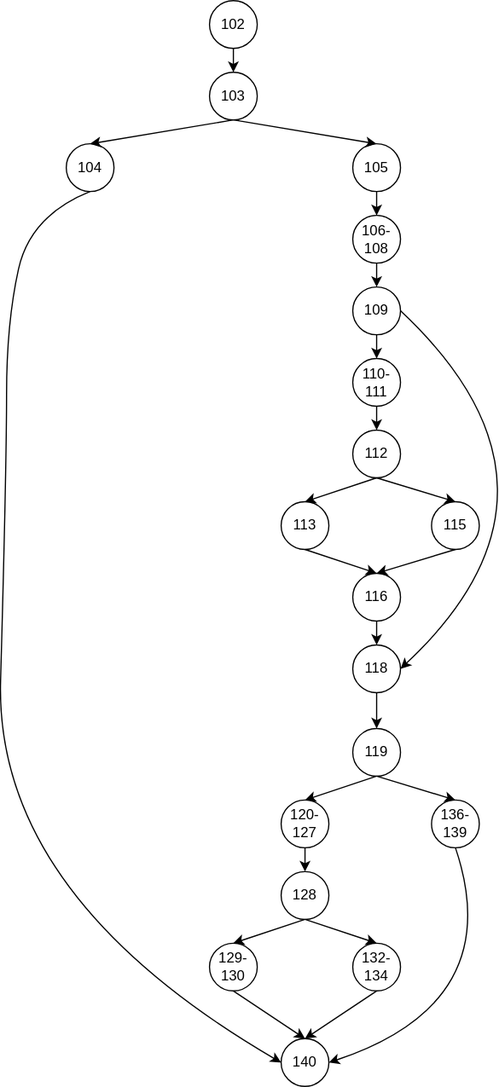
This is doc/img/identification.svg from MUST-Quick-Fry/Face-Recognition-Sign-In-System, a draw.io export, as it was before one commit. Source tidied: cells renumbered, new cells last; positions are measured from the earlier drawing's top-left corner, leaving out a move shared by most shapes.
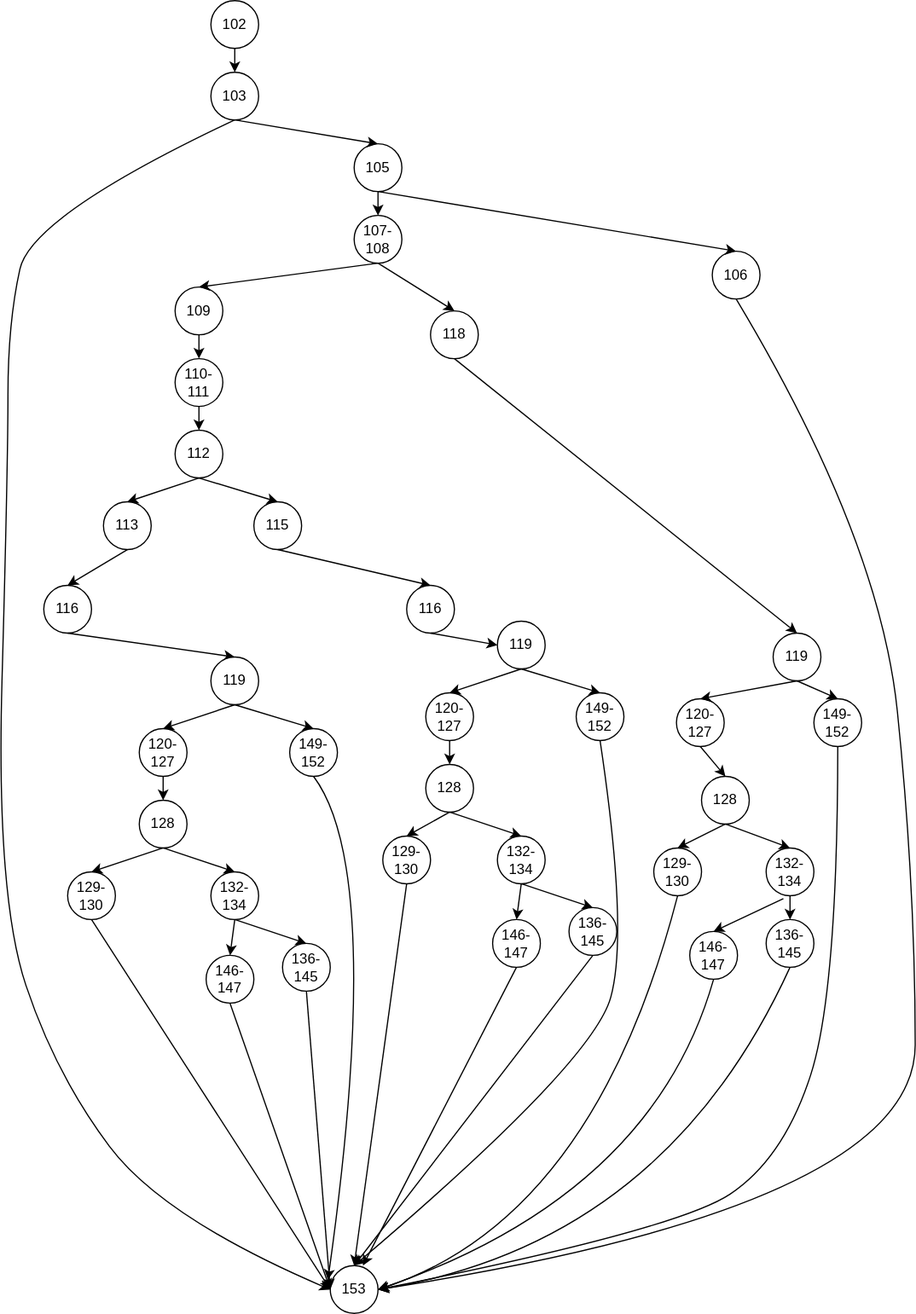
The same file after the commit.

The edit, as a diff of the source:
```diff
@@ -5,37 +5,34 @@
     <mxCell id="2" value="105" style="ellipse;whiteSpace=wrap;html=1;" parent="1" vertex="1">
       <mxGeometry x="300" y="120" width="40" height="40" as="geometry" />
     </mxCell>
-    <mxCell id="3" value="104" style="ellipse;whiteSpace=wrap;html=1;" parent="1" vertex="1">
-      <mxGeometry x="60" y="120" width="40" height="40" as="geometry" />
-    </mxCell>
     <mxCell id="4" value="110-111" style="ellipse;whiteSpace=wrap;html=1;" parent="1" vertex="1">
-      <mxGeometry x="300" y="300" width="40" height="40" as="geometry" />
+      <mxGeometry x="150" y="300" width="40" height="40" as="geometry" />
     </mxCell>
     <mxCell id="5" value="113" style="ellipse;whiteSpace=wrap;html=1;" parent="1" vertex="1">
-      <mxGeometry x="240" y="420" width="40" height="40" as="geometry" />
+      <mxGeometry x="90" y="420" width="40" height="40" as="geometry" />
     </mxCell>
     <mxCell id="6" value="115" style="ellipse;whiteSpace=wrap;html=1;" parent="1" vertex="1">
-      <mxGeometry x="366" y="420" width="40" height="40" as="geometry" />
+      <mxGeometry x="216" y="420" width="40" height="40" as="geometry" />
     </mxCell>
-    <mxCell id="7" value="140" style="ellipse;whiteSpace=wrap;html=1;" parent="1" vertex="1">
-      <mxGeometry x="240" y="870" width="40" height="40" as="geometry" />
+    <mxCell id="7" value="153" style="ellipse;whiteSpace=wrap;html=1;" parent="1" vertex="1">
+      <mxGeometry x="280" y="1060" width="40" height="40" as="geometry" />
     </mxCell>
     <mxCell id="8" value="112" style="ellipse;whiteSpace=wrap;html=1;" parent="1" vertex="1">
-      <mxGeometry x="300" y="360" width="40" height="40" as="geometry" />
+      <mxGeometry x="150" y="360" width="40" height="40" as="geometry" />
     </mxCell>
     <mxCell id="9" value="120-127" style="ellipse;whiteSpace=wrap;html=1;" parent="1" vertex="1">
-      <mxGeometry x="240" y="670" width="40" height="40" as="geometry" />
+      <mxGeometry x="120" y="610" width="40" height="40" as="geometry" />
     </mxCell>
     <mxCell id="10" value="128" style="ellipse;whiteSpace=wrap;html=1;" parent="1" vertex="1">
-      <mxGeometry x="240" y="730" width="40" height="40" as="geometry" />
+      <mxGeometry x="120" y="670" width="40" height="40" as="geometry" />
     </mxCell>
     <mxCell id="11" value="109" style="ellipse;whiteSpace=wrap;html=1;" parent="1" vertex="1">
-      <mxGeometry x="300" y="240" width="40" height="40" as="geometry" />
+      <mxGeometry x="150" y="240" width="40" height="40" as="geometry" />
     </mxCell>
     <mxCell id="12" value="118" style="ellipse;whiteSpace=wrap;html=1;" parent="1" vertex="1">
-      <mxGeometry x="300" y="540" width="40" height="40" as="geometry" />
+      <mxGeometry x="364" y="260" width="40" height="40" as="geometry" />
     </mxCell>
-    <mxCell id="13" value="106-108" style="ellipse;whiteSpace=wrap;html=1;" parent="1" vertex="1">
+    <mxCell id="13" value="107-108" style="ellipse;whiteSpace=wrap;html=1;" parent="1" vertex="1">
       <mxGeometry x="300" y="180" width="40" height="40" as="geometry" />
     </mxCell>
     <mxCell id="14" value="102" style="ellipse;whiteSpace=wrap;html=1;" parent="1" vertex="1">
@@ -50,9 +47,6 @@
     <mxCell id="17" style="endArrow=classic;html=1;exitX=0.5;exitY=1;exitDx=0;exitDy=0;entryX=0.5;entryY=0;entryDx=0;entryDy=0;" parent="1" edge="1" source="15" target="2">
       <mxGeometry relative="1" as="geometry" />
     </mxCell>
-    <mxCell id="18" style="endArrow=classic;html=1;exitX=0.5;exitY=1;exitDx=0;exitDy=0;entryX=0.5;entryY=0;entryDx=0;entryDy=0;" parent="1" edge="1" source="15" target="3">
-      <mxGeometry relative="1" as="geometry" />
-    </mxCell>
     <mxCell id="19" style="endArrow=classic;html=1;exitX=0.5;exitY=1;exitDx=0;exitDy=0;entryX=0.5;entryY=0;entryDx=0;entryDy=0;" parent="1" edge="1" source="2" target="13">
       <mxGeometry relative="1" as="geometry" />
     </mxCell>
@@ -72,37 +66,30 @@
       <mxGeometry relative="1" as="geometry" />
     </mxCell>
     <mxCell id="25" value="116" style="ellipse;whiteSpace=wrap;html=1;" parent="1" vertex="1">
-      <mxGeometry x="300" y="480" width="40" height="40" as="geometry" />
+      <mxGeometry x="40" y="490" width="40" height="40" as="geometry" />
     </mxCell>
     <mxCell id="26" style="endArrow=classic;html=1;exitX=0.5;exitY=1;exitDx=0;exitDy=0;entryX=0.5;entryY=0;entryDx=0;entryDy=0;" parent="1" edge="1" source="5" target="25">
       <mxGeometry relative="1" as="geometry" />
     </mxCell>
-    <mxCell id="27" style="endArrow=classic;html=1;exitX=0.5;exitY=1;exitDx=0;exitDy=0;entryX=0.5;entryY=0;entryDx=0;entryDy=0;" parent="1" edge="1" source="6" target="25">
+    <mxCell id="27" style="endArrow=classic;html=1;exitX=0.5;exitY=1;exitDx=0;exitDy=0;entryX=0.5;entryY=0;entryDx=0;entryDy=0;" parent="1" edge="1" source="6" target="86">
       <mxGeometry relative="1" as="geometry" />
     </mxCell>
-    <mxCell id="28" style="endArrow=classic;html=1;exitX=0.5;exitY=1;exitDx=0;exitDy=0;entryX=0.5;entryY=0;entryDx=0;entryDy=0;" parent="1" edge="1" source="25" target="12">
+    <mxCell id="28" style="endArrow=classic;html=1;exitX=0.5;exitY=1;exitDx=0;exitDy=0;entryX=0.5;entryY=0;entryDx=0;entryDy=0;" parent="1" edge="1" source="25" target="32">
       <mxGeometry relative="1" as="geometry" />
     </mxCell>
-    <mxCell id="29" style="curved=1;endArrow=classic;html=1;exitX=1;exitY=0.5;exitDx=0;exitDy=0;entryX=1;entryY=0.5;entryDx=0;entryDy=0;" parent="1" edge="1" source="11" target="12">
-      <mxGeometry relative="1" as="geometry">
-        <Array as="points">
-          <mxPoint x="500" y="410" />
-        </Array>
-      </mxGeometry>
-    </mxCell>
     <mxCell id="30" value="129-130" style="ellipse;whiteSpace=wrap;html=1;" parent="1" vertex="1">
-      <mxGeometry x="180" y="790" width="40" height="40" as="geometry" />
+      <mxGeometry x="60" y="730" width="40" height="40" as="geometry" />
     </mxCell>
     <mxCell id="31" value="132-134" style="ellipse;whiteSpace=wrap;html=1;" parent="1" vertex="1">
-      <mxGeometry x="300" y="790" width="40" height="40" as="geometry" />
+      <mxGeometry x="180" y="730" width="40" height="40" as="geometry" />
     </mxCell>
     <mxCell id="32" value="119" style="ellipse;whiteSpace=wrap;html=1;" parent="1" vertex="1">
-      <mxGeometry x="300" y="610" width="40" height="40" as="geometry" />
+      <mxGeometry x="180" y="550" width="40" height="40" as="geometry" />
     </mxCell>
-    <mxCell id="33" value="136-139" style="ellipse;whiteSpace=wrap;html=1;" parent="1" vertex="1">
-      <mxGeometry x="366" y="670" width="40" height="40" as="geometry" />
+    <mxCell id="33" value="149-152" style="ellipse;whiteSpace=wrap;html=1;" parent="1" vertex="1">
+      <mxGeometry x="246" y="610" width="40" height="40" as="geometry" />
     </mxCell>
-    <mxCell id="34" style="endArrow=classic;html=1;exitX=0.5;exitY=1;exitDx=0;exitDy=0;entryX=0.5;entryY=0;entryDx=0;entryDy=0;" parent="1" edge="1" source="12" target="32">
+    <mxCell id="34" style="endArrow=classic;html=1;exitX=0.5;exitY=1;exitDx=0;exitDy=0;entryX=0.5;entryY=0;entryDx=0;entryDy=0;" parent="1" edge="1" source="12" target="51">
       <mxGeometry relative="1" as="geometry" />
     </mxCell>
     <mxCell id="35" style="endArrow=classic;html=1;exitX=0.5;exitY=1;exitDx=0;exitDy=0;entryX=0.5;entryY=0;entryDx=0;entryDy=0;" parent="1" edge="1" source="32" target="9">
@@ -120,28 +107,206 @@
     <mxCell id="39" style="endArrow=classic;html=1;exitX=0.5;exitY=1;exitDx=0;exitDy=0;entryX=0.5;entryY=0;entryDx=0;entryDy=0;" parent="1" edge="1" source="10" target="31">
       <mxGeometry relative="1" as="geometry" />
     </mxCell>
-    <mxCell id="40" style="endArrow=classic;html=1;exitX=0.5;exitY=1;exitDx=0;exitDy=0;entryX=0.5;entryY=0;entryDx=0;entryDy=0;" parent="1" edge="1" source="30" target="7">
+    <mxCell id="40" style="endArrow=classic;html=1;exitX=0.5;exitY=1;exitDx=0;exitDy=0;entryX=0;entryY=0.5;entryDx=0;entryDy=0;" parent="1" edge="1" source="30" target="7">
       <mxGeometry relative="1" as="geometry" />
     </mxCell>
-    <mxCell id="41" style="endArrow=classic;html=1;exitX=0.5;exitY=1;exitDx=0;exitDy=0;entryX=0.5;entryY=0;entryDx=0;entryDy=0;" parent="1" edge="1" source="31" target="7">
+    <mxCell id="41" style="endArrow=classic;html=1;exitX=0.5;exitY=1;exitDx=0;exitDy=0;entryX=0.5;entryY=0;entryDx=0;entryDy=0;" parent="1" edge="1" source="31" target="59">
       <mxGeometry relative="1" as="geometry" />
     </mxCell>
-    <mxCell id="42" style="curved=1;endArrow=classic;html=1;exitX=0.5;exitY=1;exitDx=0;exitDy=0;entryX=1;entryY=0.5;entryDx=0;entryDy=0;" parent="1" edge="1" source="33" target="7">
+    <mxCell id="42" style="curved=1;endArrow=classic;html=1;exitX=0.5;exitY=1;exitDx=0;exitDy=0;entryX=-0.05;entryY=0.3;entryDx=0;entryDy=0;entryPerimeter=0;" parent="1" edge="1" source="33" target="7">
       <mxGeometry relative="1" as="geometry">
         <Array as="points">
-          <mxPoint x="430" y="840" />
+          <mxPoint x="326" y="730" />
         </Array>
       </mxGeometry>
     </mxCell>
-    <mxCell id="43" style="curved=1;endArrow=classic;html=1;exitX=0.5;exitY=1;exitDx=0;exitDy=0;entryX=0;entryY=0.5;entryDx=0;entryDy=0;" parent="1" edge="1" source="3" target="7">
+    <mxCell id="43" style="curved=1;endArrow=classic;html=1;exitX=0.5;exitY=1;exitDx=0;exitDy=0;entryX=0;entryY=0.5;entryDx=0;entryDy=0;" parent="1" edge="1" source="15" target="7">
       <mxGeometry relative="1" as="geometry">
         <Array as="points">
           <mxPoint x="30" y="180" />
           <mxPoint x="10" y="270" />
           <mxPoint x="10" y="390" />
           <mxPoint y="750" />
+          <mxPoint x="50" y="900" />
+          <mxPoint x="140" y="1020" />
         </Array>
       </mxGeometry>
     </mxCell>
+    <mxCell id="44" value="106" style="ellipse;whiteSpace=wrap;html=1;" parent="1" vertex="1">
+      <mxGeometry x="600" y="210" width="40" height="40" as="geometry" />
+    </mxCell>
+    <mxCell id="45" style="endArrow=classic;html=1;exitX=0.5;exitY=1;exitDx=0;exitDy=0;entryX=0.5;entryY=0;entryDx=0;entryDy=0;" parent="1" edge="1" source="2" target="44">
+      <mxGeometry relative="1" as="geometry" />
+    </mxCell>
+    <mxCell id="46" style="endArrow=classic;html=1;entryX=0.5;entryY=0;entryDx=0;entryDy=0;exitX=0.5;exitY=1;exitDx=0;exitDy=0;" parent="1" edge="1" source="13" target="12">
+      <mxGeometry relative="1" as="geometry" />
+    </mxCell>
+    <mxCell id="47" value="120-127" style="ellipse;whiteSpace=wrap;html=1;" parent="1" vertex="1">
+      <mxGeometry x="570" y="585" width="40" height="40" as="geometry" />
+    </mxCell>
+    <mxCell id="48" value="128" style="ellipse;whiteSpace=wrap;html=1;" parent="1" vertex="1">
+      <mxGeometry x="591" y="650" width="40" height="40" as="geometry" />
+    </mxCell>
+    <mxCell id="49" value="129-130" style="ellipse;whiteSpace=wrap;html=1;" parent="1" vertex="1">
+      <mxGeometry x="551" y="710" width="40" height="40" as="geometry" />
+    </mxCell>
+    <mxCell id="50" value="132-134" style="ellipse;whiteSpace=wrap;html=1;" parent="1" vertex="1">
+      <mxGeometry x="645.1" y="710" width="40" height="40" as="geometry" />
+    </mxCell>
+    <mxCell id="51" value="119" style="ellipse;whiteSpace=wrap;html=1;" parent="1" vertex="1">
+      <mxGeometry x="651" y="530" width="40" height="40" as="geometry" />
+    </mxCell>
+    <mxCell id="52" value="149-152" style="ellipse;whiteSpace=wrap;html=1;" parent="1" vertex="1">
+      <mxGeometry x="685.1" y="585" width="40" height="40" as="geometry" />
+    </mxCell>
+    <mxCell id="53" style="endArrow=classic;html=1;exitX=0.5;exitY=1;exitDx=0;exitDy=0;entryX=0.5;entryY=0;entryDx=0;entryDy=0;" parent="1" edge="1" source="51" target="47">
+      <mxGeometry relative="1" as="geometry" />
+    </mxCell>
+    <mxCell id="54" style="endArrow=classic;html=1;exitX=0.5;exitY=1;exitDx=0;exitDy=0;entryX=0.5;entryY=0;entryDx=0;entryDy=0;" parent="1" edge="1" source="51" target="52">
+      <mxGeometry relative="1" as="geometry" />
+    </mxCell>
+    <mxCell id="55" style="endArrow=classic;html=1;exitX=0.5;exitY=1;exitDx=0;exitDy=0;entryX=0.5;entryY=0;entryDx=0;entryDy=0;" parent="1" edge="1" source="47" target="48">
+      <mxGeometry relative="1" as="geometry" />
+    </mxCell>
+    <mxCell id="56" style="endArrow=classic;html=1;exitX=0.5;exitY=1;exitDx=0;exitDy=0;entryX=0.5;entryY=0;entryDx=0;entryDy=0;" parent="1" edge="1" source="48" target="49">
+      <mxGeometry relative="1" as="geometry" />
+    </mxCell>
+    <mxCell id="57" style="endArrow=classic;html=1;exitX=0.5;exitY=1;exitDx=0;exitDy=0;entryX=0.5;entryY=0;entryDx=0;entryDy=0;" parent="1" edge="1" source="48" target="50">
+      <mxGeometry relative="1" as="geometry" />
+    </mxCell>
+    <mxCell id="58" style="curved=1;endArrow=classic;html=1;exitX=0.5;exitY=1;exitDx=0;exitDy=0;entryX=1;entryY=0.5;entryDx=0;entryDy=0;" parent="1" edge="1" source="52" target="7">
+      <mxGeometry relative="1" as="geometry">
+        <Array as="points">
+          <mxPoint x="705" y="830" />
+          <mxPoint x="660" y="970" />
+          <mxPoint x="570" y="1030" />
+        </Array>
+      </mxGeometry>
+    </mxCell>
+    <mxCell id="59" value="136-145" style="ellipse;whiteSpace=wrap;html=1;" parent="1" vertex="1">
+      <mxGeometry x="240" y="790" width="40" height="40" as="geometry" />
+    </mxCell>
+    <mxCell id="60" style="endArrow=classic;html=1;exitX=0.5;exitY=1;exitDx=0;exitDy=0;entryX=0;entryY=0.5;entryDx=0;entryDy=0;" parent="1" edge="1" source="59" target="7">
+      <mxGeometry relative="1" as="geometry" />
+    </mxCell>
+    <mxCell id="61" value="146-147" style="ellipse;whiteSpace=wrap;html=1;" parent="1" vertex="1">
+      <mxGeometry x="176" y="800" width="40" height="40" as="geometry" />
+    </mxCell>
+    <mxCell id="62" style="endArrow=classic;html=1;exitX=0.5;exitY=1;exitDx=0;exitDy=0;entryX=0.5;entryY=0;entryDx=0;entryDy=0;" parent="1" edge="1" source="31" target="61">
+      <mxGeometry relative="1" as="geometry" />
+    </mxCell>
+    <mxCell id="63" style="endArrow=classic;html=1;exitX=0.5;exitY=1;exitDx=0;exitDy=0;entryX=0;entryY=0.5;entryDx=0;entryDy=0;" parent="1" edge="1" source="61" target="7">
+      <mxGeometry relative="1" as="geometry" />
+    </mxCell>
+    <mxCell id="64" style="endArrow=classic;html=1;entryX=0.5;entryY=0;entryDx=0;entryDy=0;exitX=0.5;exitY=1;exitDx=0;exitDy=0;" parent="1" edge="1" source="50" target="65">
+      <mxGeometry relative="1" as="geometry" />
+    </mxCell>
+    <mxCell id="65" value="136-145" style="ellipse;whiteSpace=wrap;html=1;" parent="1" vertex="1">
+      <mxGeometry x="645.1" y="770" width="40" height="40" as="geometry" />
+    </mxCell>
+    <mxCell id="66" value="146-147" style="ellipse;whiteSpace=wrap;html=1;" parent="1" vertex="1">
+      <mxGeometry x="581.1" y="780" width="40" height="40" as="geometry" />
+    </mxCell>
+    <mxCell id="67" style="endArrow=classic;html=1;exitX=0.361;exitY=1.061;exitDx=0;exitDy=0;entryX=0.5;entryY=0;entryDx=0;entryDy=0;exitPerimeter=0;" parent="1" edge="1" source="50" target="66">
+      <mxGeometry relative="1" as="geometry" />
+    </mxCell>
+    <mxCell id="68" value="120-127" style="ellipse;whiteSpace=wrap;html=1;" parent="1" vertex="1">
+      <mxGeometry x="360" y="580" width="40" height="40" as="geometry" />
+    </mxCell>
+    <mxCell id="69" value="128" style="ellipse;whiteSpace=wrap;html=1;" parent="1" vertex="1">
+      <mxGeometry x="360" y="640" width="40" height="40" as="geometry" />
+    </mxCell>
+    <mxCell id="70" value="129-130" style="ellipse;whiteSpace=wrap;html=1;" parent="1" vertex="1">
+      <mxGeometry x="324" y="700" width="40" height="40" as="geometry" />
+    </mxCell>
+    <mxCell id="71" value="132-134" style="ellipse;whiteSpace=wrap;html=1;" parent="1" vertex="1">
+      <mxGeometry x="420" y="700" width="40" height="40" as="geometry" />
+    </mxCell>
+    <mxCell id="72" value="119" style="ellipse;whiteSpace=wrap;html=1;" parent="1" vertex="1">
+      <mxGeometry x="420" y="520" width="40" height="40" as="geometry" />
+    </mxCell>
+    <mxCell id="73" value="149-152" style="ellipse;whiteSpace=wrap;html=1;" parent="1" vertex="1">
+      <mxGeometry x="486" y="580" width="40" height="40" as="geometry" />
+    </mxCell>
+    <mxCell id="74" style="endArrow=classic;html=1;exitX=0.5;exitY=1;exitDx=0;exitDy=0;entryX=0.5;entryY=0;entryDx=0;entryDy=0;" parent="1" edge="1" source="72" target="68">
+      <mxGeometry relative="1" as="geometry" />
+    </mxCell>
+    <mxCell id="75" style="endArrow=classic;html=1;exitX=0.5;exitY=1;exitDx=0;exitDy=0;entryX=0.5;entryY=0;entryDx=0;entryDy=0;" parent="1" edge="1" source="72" target="73">
+      <mxGeometry relative="1" as="geometry" />
+    </mxCell>
+    <mxCell id="76" style="endArrow=classic;html=1;exitX=0.5;exitY=1;exitDx=0;exitDy=0;entryX=0.5;entryY=0;entryDx=0;entryDy=0;" parent="1" edge="1" source="68" target="69">
+      <mxGeometry relative="1" as="geometry" />
+    </mxCell>
+    <mxCell id="77" style="endArrow=classic;html=1;exitX=0.5;exitY=1;exitDx=0;exitDy=0;entryX=0.5;entryY=0;entryDx=0;entryDy=0;" parent="1" edge="1" source="69" target="70">
+      <mxGeometry relative="1" as="geometry" />
+    </mxCell>
+    <mxCell id="78" style="endArrow=classic;html=1;exitX=0.5;exitY=1;exitDx=0;exitDy=0;entryX=0.5;entryY=0;entryDx=0;entryDy=0;" parent="1" edge="1" source="69" target="71">
+      <mxGeometry relative="1" as="geometry" />
+    </mxCell>
+    <mxCell id="79" style="endArrow=classic;html=1;exitX=0.5;exitY=1;exitDx=0;exitDy=0;entryX=0.5;entryY=0;entryDx=0;entryDy=0;" parent="1" edge="1" source="70" target="7">
+      <mxGeometry relative="1" as="geometry" />
+    </mxCell>
+    <mxCell id="80" style="endArrow=classic;html=1;exitX=0.5;exitY=1;exitDx=0;exitDy=0;entryX=0.5;entryY=0;entryDx=0;entryDy=0;" parent="1" edge="1" source="71" target="81">
+      <mxGeometry relative="1" as="geometry" />
+    </mxCell>
+    <mxCell id="81" value="136-145" style="ellipse;whiteSpace=wrap;html=1;" parent="1" vertex="1">
+      <mxGeometry x="480" y="760" width="40" height="40" as="geometry" />
+    </mxCell>
+    <mxCell id="82" style="endArrow=classic;html=1;exitX=0.5;exitY=1;exitDx=0;exitDy=0;entryX=0.5;entryY=0;entryDx=0;entryDy=0;" parent="1" edge="1" source="81" target="7">
+      <mxGeometry relative="1" as="geometry" />
+    </mxCell>
+    <mxCell id="83" value="146-147" style="ellipse;whiteSpace=wrap;html=1;" parent="1" vertex="1">
+      <mxGeometry x="416" y="770" width="40" height="40" as="geometry" />
+    </mxCell>
+    <mxCell id="84" style="endArrow=classic;html=1;exitX=0.5;exitY=1;exitDx=0;exitDy=0;entryX=0.5;entryY=0;entryDx=0;entryDy=0;" parent="1" edge="1" source="71" target="83">
+      <mxGeometry relative="1" as="geometry" />
+    </mxCell>
+    <mxCell id="85" style="endArrow=classic;html=1;exitX=0.5;exitY=1;exitDx=0;exitDy=0;entryX=0.683;entryY=0;entryDx=0;entryDy=0;entryPerimeter=0;" parent="1" edge="1" source="83" target="7">
+      <mxGeometry relative="1" as="geometry" />
+    </mxCell>
+    <mxCell id="86" value="116" style="ellipse;whiteSpace=wrap;html=1;" parent="1" vertex="1">
+      <mxGeometry x="344" y="490" width="40" height="40" as="geometry" />
+    </mxCell>
+    <mxCell id="87" style="endArrow=classic;html=1;exitX=0.5;exitY=1;exitDx=0;exitDy=0;entryX=0;entryY=0.5;entryDx=0;entryDy=0;" parent="1" edge="1" source="86" target="72">
+      <mxGeometry relative="1" as="geometry" />
+    </mxCell>
+    <mxCell id="88" style="curved=1;endArrow=classic;html=1;exitX=0.5;exitY=1;exitDx=0;exitDy=0;entryX=0.5;entryY=0;entryDx=0;entryDy=0;" parent="1" edge="1" source="73" target="7">
+      <mxGeometry relative="1" as="geometry">
+        <Array as="points">
+          <mxPoint x="530" y="780" />
+          <mxPoint x="500" y="890" />
+        </Array>
+      </mxGeometry>
+    </mxCell>
+    <mxCell id="89" style="curved=1;endArrow=classic;html=1;exitX=0.5;exitY=1;exitDx=0;exitDy=0;entryX=1;entryY=0.5;entryDx=0;entryDy=0;" parent="1" edge="1" source="49" target="7">
+      <mxGeometry relative="1" as="geometry">
+        <Array as="points">
+          <mxPoint x="501" y="1020" />
+        </Array>
+      </mxGeometry>
+    </mxCell>
+    <mxCell id="90" style="curved=1;endArrow=classic;html=1;exitX=0.5;exitY=1;exitDx=0;exitDy=0;entryX=1;entryY=0.5;entryDx=0;entryDy=0;" parent="1" edge="1" source="66" target="7">
+      <mxGeometry relative="1" as="geometry">
+        <Array as="points">
+          <mxPoint x="550" y="1000" />
+        </Array>
+      </mxGeometry>
+    </mxCell>
+    <mxCell id="91" style="curved=1;endArrow=classic;html=1;exitX=0.5;exitY=1;exitDx=0;exitDy=0;entryX=1;entryY=0.5;entryDx=0;entryDy=0;" parent="1" edge="1" source="65" target="7">
+      <mxGeometry relative="1" as="geometry">
+        <Array as="points">
+          <mxPoint x="560" y="1040" />
+        </Array>
+      </mxGeometry>
+    </mxCell>
+    <mxCell id="92" style="curved=1;endArrow=classic;html=1;exitX=0.5;exitY=1;exitDx=0;exitDy=0;entryX=1;entryY=0.5;entryDx=0;entryDy=0;" parent="1" edge="1" source="44" target="7">
+      <mxGeometry relative="1" as="geometry">
+        <Array as="points">
+          <mxPoint x="740" y="450" />
+          <mxPoint x="770" y="740" />
+          <mxPoint x="770" y="1010" />
+        </Array>
+      </mxGeometry>
+    </mxCell>
   </root>
 </mxGraphModel>
```
